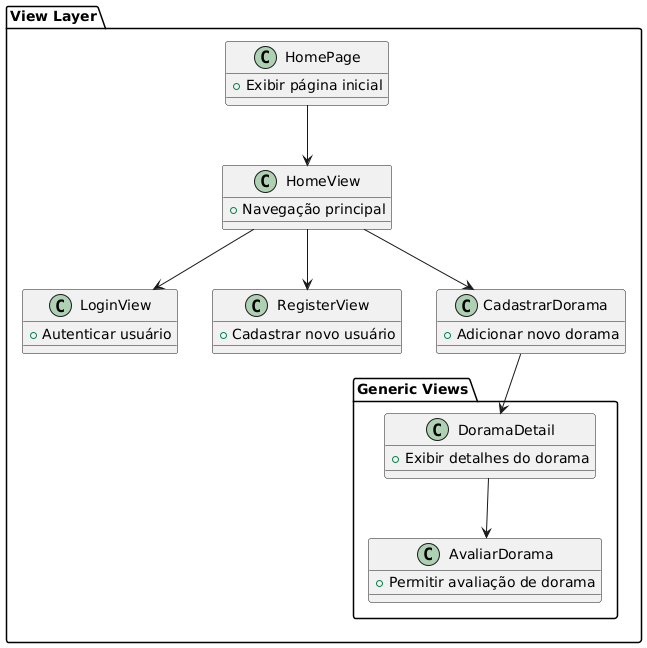
The PlantUML diagram Trab1-PS/diagramas/diagrama_png/diagrama_View.png in KaioHenr/Trab1-PS, before a commit. Its diagram source:
```plantuml
@startuml
package "View Layer" {

    class HomePage {
        +Exibir página inicial
    }

    class HomeView {
        +Navegação principal
    }

    class LoginView {
        +Autenticar usuário
    }

    class RegisterView {
        +Cadastrar novo usuário
    }

    class CadastrarDorama {
        +Adicionar novo dorama
    }

    package "Generic Views" {
        class AvaliarDorama {
            +Permitir avaliação de dorama
        }

        class DoramaDetail {
            +Exibir detalhes do dorama
        }
    }
}

HomePage --> HomeView
HomeView --> LoginView
HomeView --> RegisterView
HomeView --> CadastrarDorama
CadastrarDorama --> DoramaDetail
DoramaDetail --> AvaliarDorama
@enduml
```
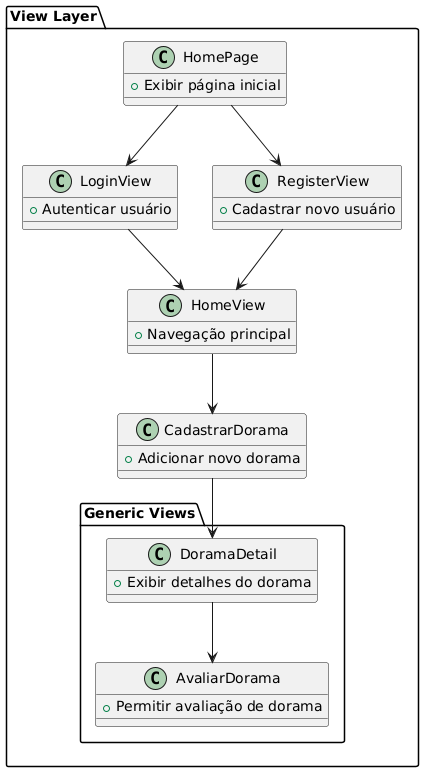
After the commit.

What changed in the source:
```diff
@@ -3,10 +3,6 @@
 
     class HomePage {
         +Exibir página inicial
-    }
-
-    class HomeView {
-        +Navegação principal
     }
 
     class LoginView {
@@ -15,6 +11,10 @@
 
     class RegisterView {
         +Cadastrar novo usuário
+    }
+
+    class HomeView {
+        +Navegação principal
     }
 
     class CadastrarDorama {
@@ -32,9 +32,10 @@
     }
 }
 
-HomePage --> HomeView
-HomeView --> LoginView
-HomeView --> RegisterView
+HomePage --> LoginView
+HomePage --> RegisterView
+LoginView --> HomeView
+RegisterView --> HomeView
 HomeView --> CadastrarDorama
 CadastrarDorama --> DoramaDetail
 DoramaDetail --> AvaliarDorama
```
